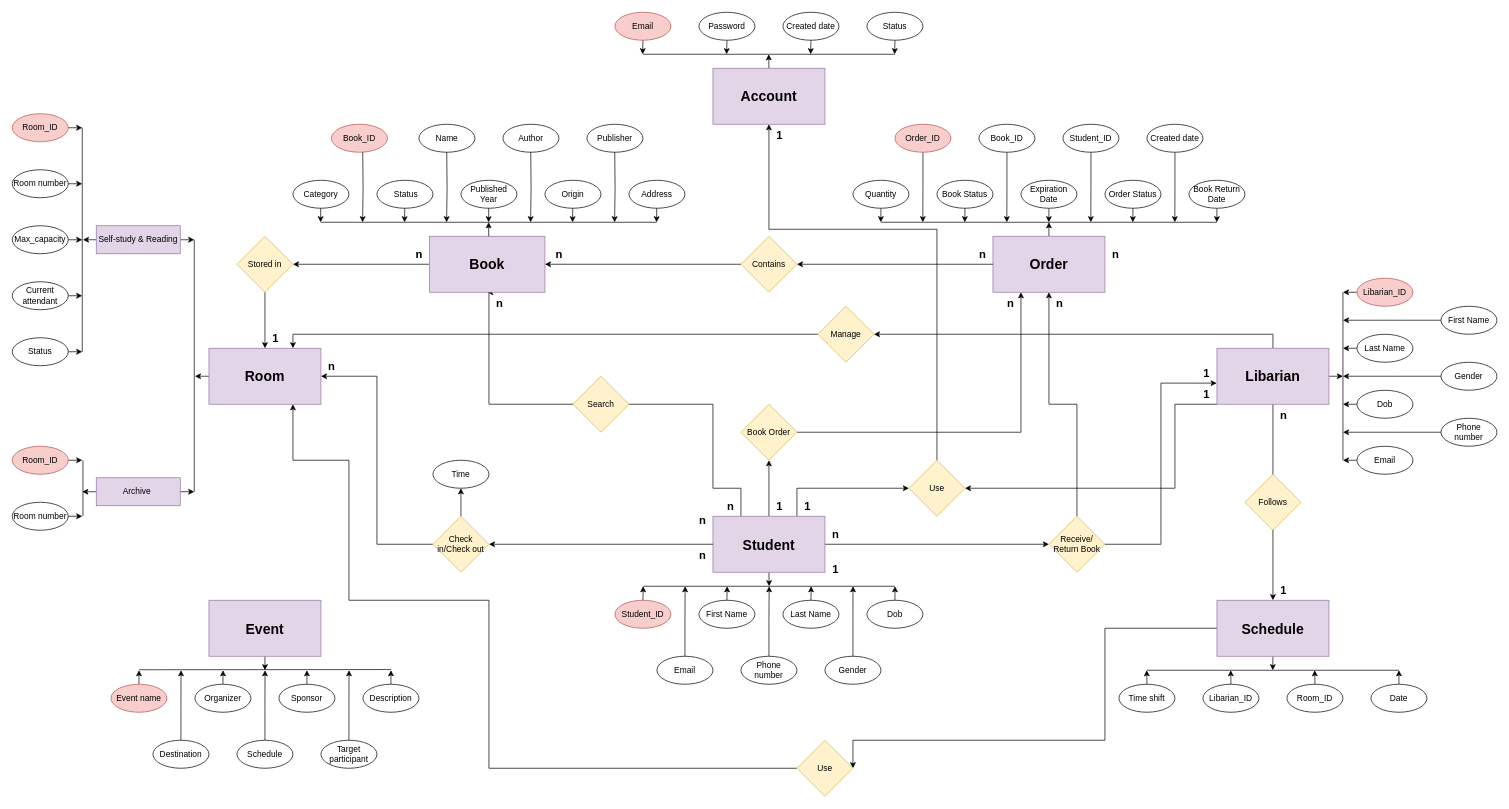
This is erd.drawio from Dovanvu09/LibraryManagement, a draw.io file, before an edit. Source tidied: cells renumbered, new cells numbered last; positions are measured from the earlier drawing's top-left corner, leaving out a move shared by most shapes. Both pictures are drawn from the tidied source at 70%, with x=0, y=0 at pixel (12, 12).
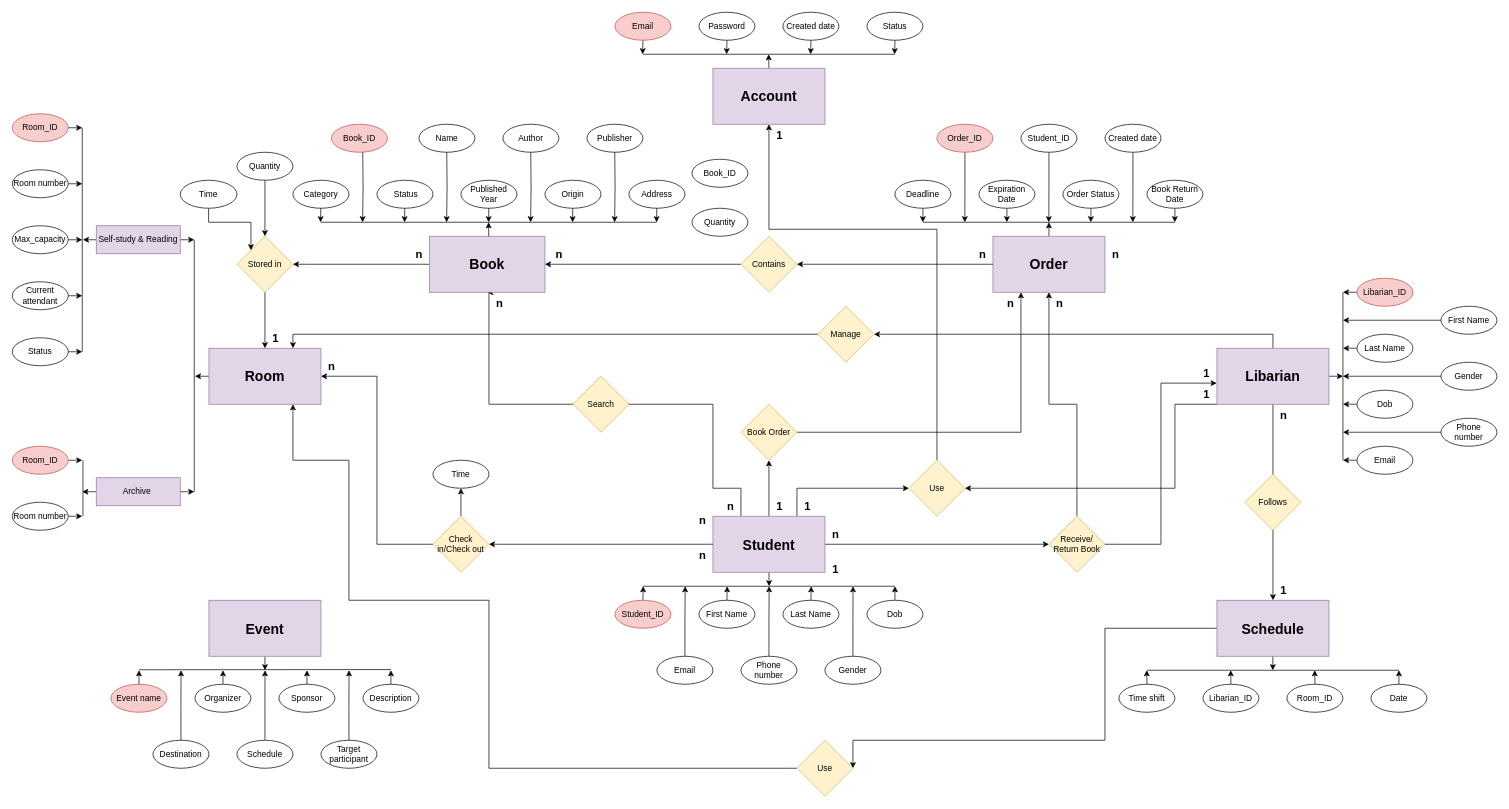
The same diagram, later.

Commit message (it also covers changes not shown here):
Cập nhật erd.drawio

The change refers to these unchanged cells:
```xml
<mxCell id="107" value="Stored in" style="rhombus;whiteSpace=wrap;html=1;fillColor=#fff2cc;strokeColor=#d6b656;" parent="1" vertex="1">
  <mxGeometry x="321" y="320" width="80" height="80" as="geometry" />
</mxCell>
```

Diff of the diagram source:
```diff
@@
     <mxCell id="80" style="edgeStyle=orthogonalEdgeStyle;rounded=0;jettySize=auto;html=1;exitX=0.5;exitY=1;exitDx=0;exitDy=0;" parent="1" edge="1" source="81">
       <mxGeometry relative="1" as="geometry">
-        <mxPoint x="1300.8" y="300" as="targetPoint" />
+        <mxPoint x="1360.8" y="300" as="targetPoint" />
       </mxGeometry>
     </mxCell>
     <mxCell id="81" value="Order_ID" style="ellipse;whiteSpace=wrap;html=1;fillColor=#f8cecc;strokeColor=#b85450;" parent="1" vertex="1">
-      <mxGeometry x="1261" y="160" width="80" height="40" as="geometry" />
+      <mxGeometry x="1321" y="160" width="80" height="40" as="geometry" />
     </mxCell>
-    <mxCell id="82" style="edgeStyle=orthogonalEdgeStyle;rounded=0;jettySize=auto;html=1;exitX=0.5;exitY=1;exitDx=0;exitDy=0;" parent="1" edge="1" source="83">
-      <mxGeometry relative="1" as="geometry">
-        <mxPoint x="1420.8" y="300" as="targetPoint" />
-      </mxGeometry>
-    </mxCell>
     <mxCell id="83" value="Book_ID" style="ellipse;whiteSpace=wrap;html=1;" parent="1" vertex="1">
-      <mxGeometry x="1381" y="160" width="80" height="40" as="geometry" />
+      <mxGeometry x="971" y="210" width="80" height="40" as="geometry" />
     </mxCell>
     <mxCell id="84" style="edgeStyle=orthogonalEdgeStyle;rounded=0;jettySize=auto;html=1;exitX=0.5;exitY=1;exitDx=0;exitDy=0;" parent="1" edge="1" source="85">
       <mxGeometry relative="1" as="geometry">
-        <mxPoint x="1600.8" y="300" as="targetPoint" />
+        <mxPoint x="1540.8" y="300" as="targetPoint" />
       </mxGeometry>
     </mxCell>
     <mxCell id="85" value="Order Status" style="ellipse;whiteSpace=wrap;html=1;" parent="1" vertex="1">
-      <mxGeometry x="1561" y="240" width="80" height="40" as="geometry" />
+      <mxGeometry x="1501" y="240" width="80" height="40" as="geometry" />
     </mxCell>
     <mxCell id="86" style="edgeStyle=orthogonalEdgeStyle;rounded=0;jettySize=auto;html=1;exitX=0.5;exitY=1;exitDx=0;exitDy=0;" parent="1" edge="1" source="87">
       <mxGeometry relative="1" as="geometry">
-        <mxPoint x="1660.8" y="300" as="targetPoint" />
+        <mxPoint x="1600.8" y="300" as="targetPoint" />
       </mxGeometry>
     </mxCell>
     <mxCell id="87" value="Created date" style="ellipse;whiteSpace=wrap;html=1;" parent="1" vertex="1">
-      <mxGeometry x="1621" y="160" width="80" height="40" as="geometry" />
+      <mxGeometry x="1561" y="160" width="80" height="40" as="geometry" />
     </mxCell>
     <mxCell id="88" style="edgeStyle=orthogonalEdgeStyle;rounded=0;jettySize=auto;html=1;exitX=0.5;exitY=1;exitDx=0;exitDy=0;" parent="1" edge="1" source="89">
       <mxGeometry relative="1" as="geometry">
-        <mxPoint x="1540.8" y="300" as="targetPoint" />
+        <mxPoint x="1480.8" y="300" as="targetPoint" />
       </mxGeometry>
     </mxCell>
     <mxCell id="89" value="Student_ID" style="ellipse;whiteSpace=wrap;html=1;" parent="1" vertex="1">
-      <mxGeometry x="1501" y="160" width="80" height="40" as="geometry" />
+      <mxGeometry x="1441" y="160" width="80" height="40" as="geometry" />
     </mxCell>
-    <mxCell id="90" style="edgeStyle=orthogonalEdgeStyle;rounded=0;jettySize=auto;html=1;exitX=0.5;exitY=1;exitDx=0;exitDy=0;" parent="1" edge="1" source="91">
-      <mxGeometry relative="1" as="geometry">
-        <mxPoint x="1240.8" y="300" as="targetPoint" />
-      </mxGeometry>
-    </mxCell>
     <mxCell id="91" value="Quantity" style="ellipse;whiteSpace=wrap;html=1;" parent="1" vertex="1">
-      <mxGeometry x="1201" y="240" width="80" height="40" as="geometry" />
+      <mxGeometry x="971" y="280" width="80" height="40" as="geometry" />
     </mxCell>
     <mxCell id="92" style="edgeStyle=orthogonalEdgeStyle;rounded=0;jettySize=auto;html=1;exitX=0.5;exitY=1;exitDx=0;exitDy=0;" parent="1" edge="1" source="93">
       <mxGeometry relative="1" as="geometry">
-        <mxPoint x="1360.8" y="300" as="targetPoint" />
+        <mxPoint x="1300.8" y="300" as="targetPoint" />
       </mxGeometry>
     </mxCell>
-    <mxCell id="93" value="Book Status" style="ellipse;whiteSpace=wrap;html=1;" parent="1" vertex="1">
-      <mxGeometry x="1321" y="240" width="80" height="40" as="geometry" />
+    <mxCell id="93" value="Deadline" style="ellipse;whiteSpace=wrap;html=1;" parent="1" vertex="1">
+      <mxGeometry x="1261" y="240" width="80" height="40" as="geometry" />
     </mxCell>
     <mxCell id="94" style="edgeStyle=orthogonalEdgeStyle;rounded=0;jettySize=auto;html=1;exitX=0.5;exitY=1;exitDx=0;exitDy=0;" parent="1" edge="1" source="95">
       <mxGeometry relative="1" as="geometry">
-        <mxPoint x="1480.8" y="300" as="targetPoint" />
+        <mxPoint x="1420.8" y="300" as="targetPoint" />
       </mxGeometry>
     </mxCell>
     <mxCell id="95" value="Expiration Date" style="ellipse;whiteSpace=wrap;html=1;" parent="1" vertex="1">
-      <mxGeometry x="1441" y="240" width="80" height="40" as="geometry" />
+      <mxGeometry x="1381" y="240" width="80" height="40" as="geometry" />
     </mxCell>
     <mxCell id="96" style="edgeStyle=orthogonalEdgeStyle;rounded=0;jettySize=auto;html=1;exitX=0.5;exitY=1;exitDx=0;exitDy=0;" parent="1" edge="1" source="97">
       <mxGeometry relative="1" as="geometry">
-        <mxPoint x="1720.8" y="300" as="targetPoint" />
+        <mxPoint x="1660.8" y="300" as="targetPoint" />
       </mxGeometry>
     </mxCell>
     <mxCell id="97" value="Book Return Date" style="ellipse;whiteSpace=wrap;html=1;" parent="1" vertex="1">
-      <mxGeometry x="1681" y="240" width="80" height="40" as="geometry" />
+      <mxGeometry x="1621" y="240" width="80" height="40" as="geometry" />
     </mxCell>
@@
     <mxCell id="113" style="endArrow=none;html=1;rounded=0;" parent="1" edge="1">
       <mxGeometry relative="1" as="geometry">
-        <mxPoint x="1241" y="300" as="sourcePoint" />
-        <mxPoint x="1721" y="300" as="targetPoint" />
+        <mxPoint x="1301" y="300" as="sourcePoint" />
+        <mxPoint x="1661" y="300" as="targetPoint" />
       </mxGeometry>
     </mxCell>
@@
+    <mxCell id="195" style="edgeStyle=orthogonalEdgeStyle;rounded=0;jettySize=auto;html=1;exitX=0.5;exitY=1;exitDx=0;exitDy=0;entryX=0;entryY=0;entryDx=0;entryDy=0;" parent="1" edge="1" source="196" target="107">
+      <mxGeometry relative="1" as="geometry" />
+    </mxCell>
+    <mxCell id="196" value="Time" style="ellipse;whiteSpace=wrap;html=1;" parent="1" vertex="1">
+      <mxGeometry x="240" y="240" width="81" height="40" as="geometry" />
+    </mxCell>
+    <mxCell id="197" style="edgeStyle=orthogonalEdgeStyle;rounded=0;jettySize=auto;html=1;exitX=0.5;exitY=1;exitDx=0;exitDy=0;entryX=0.5;entryY=0;entryDx=0;entryDy=0;" parent="1" edge="1" source="198" target="107">
+      <mxGeometry relative="1" as="geometry" />
+    </mxCell>
+    <mxCell id="198" value="Quantity" style="ellipse;whiteSpace=wrap;html=1;" parent="1" vertex="1">
+      <mxGeometry x="321" y="200" width="80" height="40" as="geometry" />
+    </mxCell>
```
